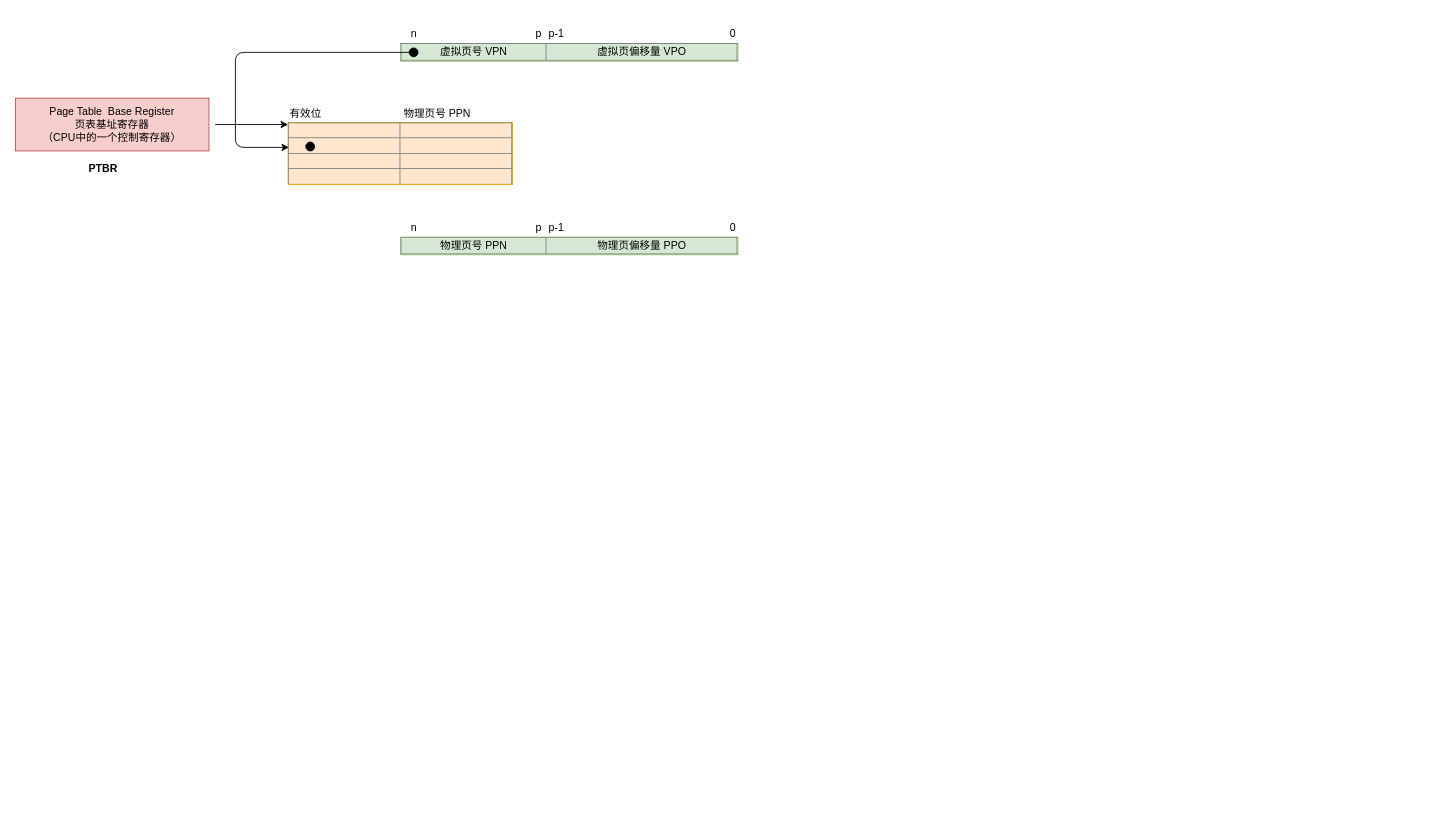
This is csapp/chapter9/图9-12 使用页表的地址翻译.drawio from ranchunmao/drawio, a draw.io file, before an edit. Source tidied: cells renumbered, new cells numbered last; positions are measured from the earlier drawing's top-left corner, leaving out a move shared by most shapes. Both pictures are drawn from the tidied source at 88%, with x=0, y=0 at pixel (15, 25).
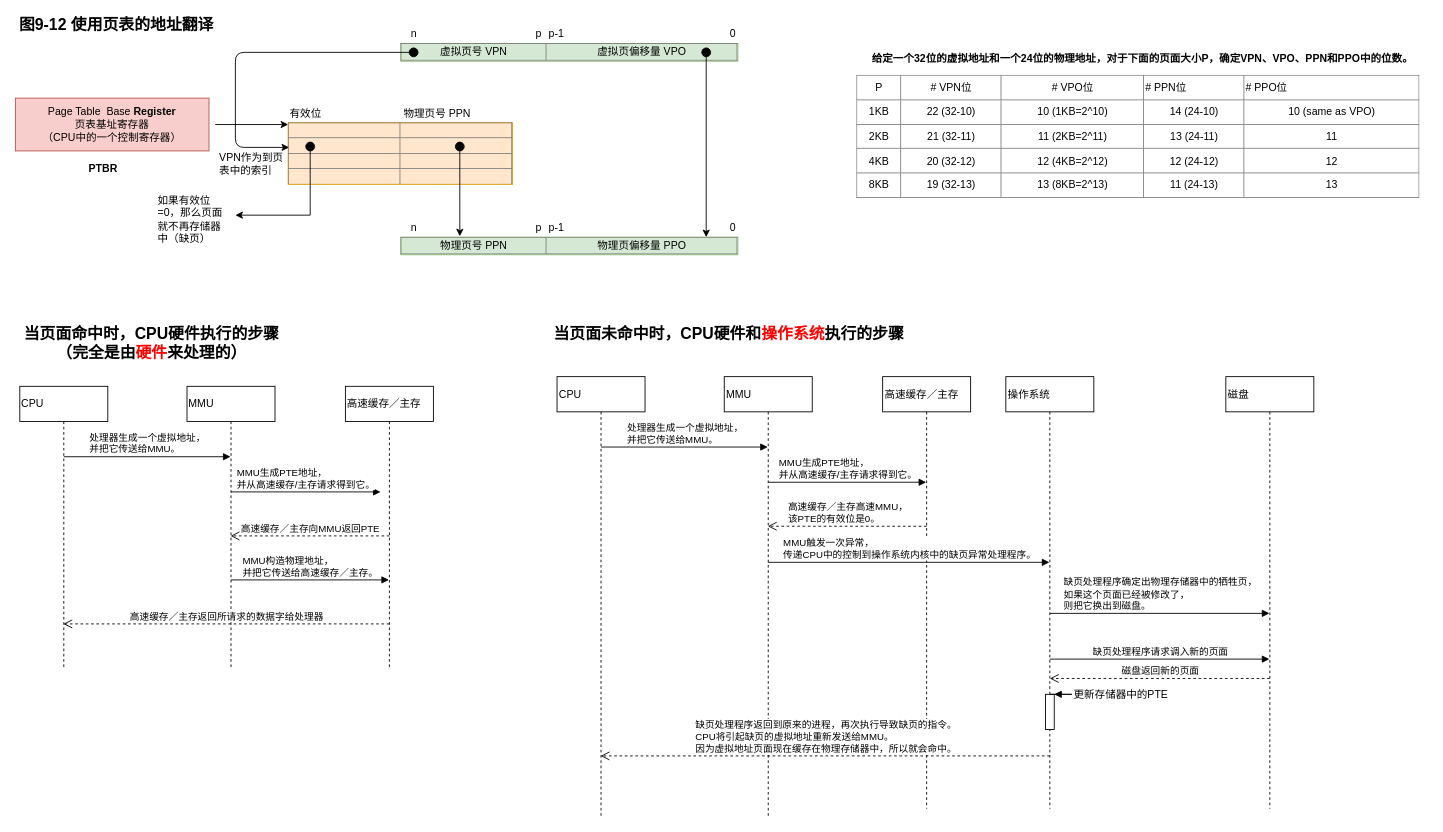
Above is the later version.

Commit message:
Update 图9-12 使用页表的地址翻译.drawio

Unchanged cells that the change refers to:
```xml
<mxCell id="9" value="&lt;table border=&quot;1&quot; width=&quot;100%&quot; style=&quot;width: 100% ; height: 100% ; border-collapse: collapse&quot;&gt;&lt;tbody&gt;&lt;tr&gt;&lt;td align=&quot;center&quot;&gt;物理页号 PPN&lt;/td&gt;&lt;td align=&quot;center&quot;&gt;物理页偏移量 PPO&lt;/td&gt;&lt;/tr&gt;&lt;/tbody&gt;&lt;/table&gt;" style="text;html=1;strokeColor=#82b366;fillColor=#d5e8d4;overflow=fill;" parent="1" vertex="1">
  <mxGeometry x="438" y="241" width="383" height="20" as="geometry" />
</mxCell>
<mxCell id="20" style="ellipse;whiteSpace=wrap;html=1;fillColor=#000000;" parent="1" vertex="1">
  <mxGeometry x="330" y="133" width="10" height="10" as="geometry" />
</mxCell>
```

What changed in the source:
```diff
@@
-    <mxCell id="3" value="Page Table &amp;nbsp;Base Register&lt;br&gt;页表基址寄存器&lt;br&gt;（CPU中的一个控制寄存器）&lt;br&gt;" style="rounded=0;whiteSpace=wrap;html=1;fillColor=#f8cecc;strokeColor=#b85450;" parent="1" vertex="1">
+    <mxCell id="3" value="Page Table &amp;nbsp;Base &lt;b&gt;Register&lt;/b&gt;&lt;br&gt;页表基址寄存器&lt;br&gt;（CPU中的一个控制寄存器）&lt;br&gt;" style="rounded=0;whiteSpace=wrap;html=1;fillColor=#f8cecc;strokeColor=#b85450;" parent="1" vertex="1">
       <mxGeometry y="83" width="220" height="60" as="geometry" />
     </mxCell>
@@
+    <mxCell id="21" style="edgeStyle=orthogonalEdgeStyle;rounded=0;jettySize=auto;html=1;" parent="1" edge="1" source="20">
+      <mxGeometry relative="1" as="geometry">
+        <mxPoint x="250" y="216" as="targetPoint" />
+        <Array as="points">
+          <mxPoint x="335" y="216" />
+        </Array>
+      </mxGeometry>
+    </mxCell>
@@
+    <mxCell id="22" style="edgeStyle=orthogonalEdgeStyle;rounded=0;jettySize=auto;html=1;entryX=0.175;entryY=-0.05;entryDx=0;entryDy=0;entryPerimeter=0;" parent="1" edge="1" source="23" target="9">
+      <mxGeometry relative="1" as="geometry" />
+    </mxCell>
+    <mxCell id="23" style="ellipse;whiteSpace=wrap;html=1;fillColor=#000000;" parent="1" vertex="1">
+      <mxGeometry x="500" y="133" width="10" height="10" as="geometry" />
+    </mxCell>
+    <mxCell id="24" style="edgeStyle=orthogonalEdgeStyle;rounded=0;jettySize=auto;html=1;entryX=0.906;entryY=0;entryDx=0;entryDy=0;entryPerimeter=0;" parent="1" edge="1" source="25" target="9">
+      <mxGeometry relative="1" as="geometry" />
+    </mxCell>
+    <mxCell id="25" style="ellipse;whiteSpace=wrap;html=1;fillColor=#000000;" parent="1" vertex="1">
+      <mxGeometry x="780" y="26" width="10" height="10" as="geometry" />
+    </mxCell>
+    <mxCell id="26" value="VPN作为到页表中的索引" style="text;html=1;strokeColor=none;fillColor=none;align=left;verticalAlign=middle;whiteSpace=wrap;rounded=0;" parent="1" vertex="1">
+      <mxGeometry x="230" y="148" width="80" height="20" as="geometry" />
+    </mxCell>
+    <mxCell id="27" value="如果有效位=0，那么页面就不再存储器中（缺页）" style="text;html=1;strokeColor=none;fillColor=none;align=left;verticalAlign=middle;whiteSpace=wrap;rounded=0;" parent="1" vertex="1">
+      <mxGeometry x="160" y="211" width="80" height="20" as="geometry" />
+    </mxCell>
+    <mxCell id="28" value="CPU" style="shape=umlLifeline;perimeter=lifelinePerimeter;whiteSpace=wrap;html=1;outlineConnect=0;align=left;labelBackgroundColor=#ffffff;" parent="1" vertex="1">
+      <mxGeometry x="5" y="410.5" width="100" height="320" as="geometry" />
+    </mxCell>
+    <mxCell id="29" value="处理器生成一个虚拟地址，&lt;br&gt;&lt;div style=&quot;text-align: left&quot;&gt;并把它传送给MMU。&lt;/div&gt;" style="html=1;verticalAlign=bottom;endArrow=block;" parent="28" edge="1" target="30">
+      <mxGeometry relative="1" as="geometry">
+        <mxPoint x="50" y="80" as="sourcePoint" />
+      </mxGeometry>
+    </mxCell>
+    <mxCell id="30" value="MMU" style="shape=umlLifeline;perimeter=lifelinePerimeter;whiteSpace=wrap;html=1;outlineConnect=0;align=left;" parent="1" vertex="1">
+      <mxGeometry x="195" y="410.5" width="100" height="320" as="geometry" />
+    </mxCell>
+    <mxCell id="31" value="&lt;div style=&quot;text-align: left&quot;&gt;MMU生成PTE地址，&lt;/div&gt;&lt;div style=&quot;text-align: left&quot;&gt;并从高速缓存/主存请求得到它。&lt;/div&gt;" style="html=1;verticalAlign=bottom;endArrow=block;" parent="30" edge="1">
+      <mxGeometry relative="1" as="geometry">
+        <mxPoint x="50" y="120" as="sourcePoint" />
+        <mxPoint x="220" y="120" as="targetPoint" />
+      </mxGeometry>
+    </mxCell>
+    <mxCell id="32" value="高速缓存／主存" style="shape=umlLifeline;perimeter=lifelinePerimeter;whiteSpace=wrap;html=1;outlineConnect=0;align=left;" parent="1" vertex="1">
+      <mxGeometry x="375" y="410.5" width="100" height="320" as="geometry" />
+    </mxCell>
+    <mxCell id="33" value="高速缓存／主存向MMU返回PTE" style="html=1;verticalAlign=bottom;endArrow=open;dashed=1;endSize=8;" parent="1" edge="1" target="30">
+      <mxGeometry relative="1" as="geometry">
+        <mxPoint x="425" y="580.5" as="sourcePoint" />
+      </mxGeometry>
+    </mxCell>
+    <mxCell id="34" value="&lt;div style=&quot;text-align: left&quot;&gt;MMU构造物理地址，&lt;/div&gt;&lt;div style=&quot;text-align: left&quot;&gt;并把它传送给高速缓存／主存。&lt;/div&gt;" style="html=1;verticalAlign=bottom;endArrow=block;" parent="1" edge="1" target="32">
+      <mxGeometry relative="1" as="geometry">
+        <mxPoint x="245" y="630.5" as="sourcePoint" />
+      </mxGeometry>
+    </mxCell>
+    <mxCell id="35" value="高速缓存／主存返回所请求的数据字给处理器" style="html=1;verticalAlign=bottom;endArrow=open;dashed=1;endSize=8;" parent="1" edge="1" target="28">
+      <mxGeometry relative="1" as="geometry">
+        <mxPoint x="425" y="680.5" as="sourcePoint" />
+      </mxGeometry>
+    </mxCell>
+    <mxCell id="36" value="&lt;b&gt;&lt;font style=&quot;font-size: 18px&quot;&gt;图9-12 使用页表的地址翻译&lt;/font&gt;&lt;/b&gt;" style="text;html=1;strokeColor=none;fillColor=none;align=center;verticalAlign=middle;whiteSpace=wrap;rounded=0;" parent="1" vertex="1">
+      <mxGeometry y="-10" width="230" height="20" as="geometry" />
+    </mxCell>
+    <mxCell id="37" value="&lt;font size=&quot;4&quot;&gt;&lt;b&gt;当页面命中时，CPU硬件执行的步骤&lt;br&gt;（完全是由&lt;font color=&quot;#ff0000&quot;&gt;硬件&lt;/font&gt;来处理的）&lt;br&gt;&lt;/b&gt;&lt;/font&gt;" style="text;html=1;strokeColor=none;fillColor=none;align=center;verticalAlign=middle;whiteSpace=wrap;rounded=0;" parent="1" vertex="1">
+      <mxGeometry x="5" y="351.5" width="300" height="20" as="geometry" />
+    </mxCell>
+    <mxCell id="38" value="CPU" style="shape=umlLifeline;perimeter=lifelinePerimeter;whiteSpace=wrap;html=1;outlineConnect=0;align=left;labelBackgroundColor=#ffffff;" parent="1" vertex="1">
+      <mxGeometry x="615.5" y="399.5" width="100" height="501" as="geometry" />
+    </mxCell>
+    <mxCell id="39" value="处理器生成一个虚拟地址，&lt;br&gt;&lt;div style=&quot;text-align: left&quot;&gt;并把它传送给MMU。&lt;/div&gt;" style="html=1;verticalAlign=bottom;endArrow=block;" parent="38" edge="1" target="40">
+      <mxGeometry relative="1" as="geometry">
+        <mxPoint x="50" y="80" as="sourcePoint" />
+      </mxGeometry>
+    </mxCell>
+    <mxCell id="40" value="MMU" style="shape=umlLifeline;perimeter=lifelinePerimeter;whiteSpace=wrap;html=1;outlineConnect=0;align=left;" parent="1" vertex="1">
+      <mxGeometry x="805.5" y="399.5" width="100" height="501" as="geometry" />
+    </mxCell>
+    <mxCell id="41" value="&lt;div style=&quot;text-align: left&quot;&gt;MMU生成PTE地址，&lt;/div&gt;&lt;div style=&quot;text-align: left&quot;&gt;并从高速缓存/主存请求得到它。&lt;/div&gt;" style="html=1;verticalAlign=bottom;endArrow=block;" parent="40" edge="1" target="42">
+      <mxGeometry relative="1" as="geometry">
+        <mxPoint x="50" y="120" as="sourcePoint" />
+      </mxGeometry>
+    </mxCell>
+    <mxCell id="42" value="高速缓存／主存" style="shape=umlLifeline;perimeter=lifelinePerimeter;whiteSpace=wrap;html=1;outlineConnect=0;align=left;" parent="1" vertex="1">
+      <mxGeometry x="985.5" y="399.5" width="100" height="491" as="geometry" />
+    </mxCell>
+    <mxCell id="43" value="&lt;div style=&quot;text-align: left&quot;&gt;高速缓存／主存高速MMU，&lt;/div&gt;&lt;div style=&quot;text-align: left&quot;&gt;该PTE的有效位是0。&lt;/div&gt;" style="html=1;verticalAlign=bottom;endArrow=open;dashed=1;endSize=8;" parent="1" edge="1" target="40">
+      <mxGeometry relative="1" as="geometry">
+        <mxPoint x="1035.5" y="569.5" as="sourcePoint" />
+      </mxGeometry>
+    </mxCell>
+    <mxCell id="44" value="&lt;div style=&quot;text-align: left&quot;&gt;缺页处理程序返回到原来的进程，再次执行导致缺页的指令。&lt;/div&gt;&lt;div style=&quot;text-align: left&quot;&gt;CPU将引起缺页的虚拟地址重新发送给MMU。&lt;/div&gt;&lt;div style=&quot;text-align: left&quot;&gt;因为虚拟地址页面现在缓存在物理存储器中，所以就会命中。&lt;/div&gt;" style="html=1;verticalAlign=bottom;endArrow=open;dashed=1;endSize=8;" parent="1" edge="1" target="38">
+      <mxGeometry relative="1" as="geometry">
+        <mxPoint x="1175.5" y="830.5" as="sourcePoint" />
+      </mxGeometry>
+    </mxCell>
+    <mxCell id="45" value="&lt;font size=&quot;4&quot;&gt;&lt;b&gt;当页面未命中时，CPU硬件和&lt;font color=&quot;#ff0000&quot;&gt;操作系统&lt;/font&gt;执行的步骤&lt;/b&gt;&lt;/font&gt;" style="text;html=1;strokeColor=none;fillColor=none;align=center;verticalAlign=middle;whiteSpace=wrap;rounded=0;" parent="1" vertex="1">
+      <mxGeometry x="585.5" y="340.5" width="450" height="20" as="geometry" />
+    </mxCell>
+    <mxCell id="46" value="操作系统" style="shape=umlLifeline;perimeter=lifelinePerimeter;whiteSpace=wrap;html=1;outlineConnect=0;align=left;" parent="1" vertex="1">
+      <mxGeometry x="1125.5" y="399.5" width="100" height="491" as="geometry" />
+    </mxCell>
+    <mxCell id="47" style="html=1;points=[];perimeter=orthogonalPerimeter;labelBackgroundColor=#EA6B66;fontColor=#E6D0DE;align=left;" parent="46" vertex="1">
+      <mxGeometry x="45" y="361" width="10" height="40" as="geometry" />
+    </mxCell>
+    <mxCell id="48" style="edgeStyle=orthogonalEdgeStyle;html=1;align=left;spacingLeft=2;endArrow=block;rounded=0;entryX=1;entryY=0;fontColor=#E6D0DE;" parent="46" edge="1" target="47">
+      <mxGeometry relative="1" as="geometry">
+        <mxPoint x="50" y="361" as="sourcePoint" />
+        <Array as="points">
+          <mxPoint x="75" y="361" />
+        </Array>
+      </mxGeometry>
+    </mxCell>
+    <mxCell id="49" value="&lt;font color=&quot;#000000&quot;&gt;&lt;span&gt;更新存储器中的PTE&lt;/span&gt;&lt;/font&gt;" style="text;html=1;align=center;verticalAlign=middle;labelBackgroundColor=#ffffff;fontColor=#E6D0DE;" parent="48" vertex="1">
+      <mxGeometry x="-0.07" y="1" relative="1" as="geometry">
+        <mxPoint x="59" y="1" as="offset" />
+      </mxGeometry>
+    </mxCell>
+    <mxCell id="50" value="&lt;div style=&quot;text-align: left&quot;&gt;MMU触发一次异常，&lt;/div&gt;&lt;div style=&quot;text-align: left&quot;&gt;传递CPU中的控制到操作系统内核中的缺页异常处理程序。&lt;/div&gt;" style="html=1;verticalAlign=bottom;endArrow=block;" parent="1" edge="1" target="46">
+      <mxGeometry relative="1" as="geometry">
+        <mxPoint x="855.5" y="610.5" as="sourcePoint" />
+      </mxGeometry>
+    </mxCell>
+    <mxCell id="51" value="磁盘" style="shape=umlLifeline;perimeter=lifelinePerimeter;whiteSpace=wrap;html=1;align=left;" parent="1" vertex="1">
+      <mxGeometry x="1375.5" y="399.5" width="100" height="491" as="geometry" />
+    </mxCell>
+    <mxCell id="52" value="&lt;div style=&quot;text-align: left&quot;&gt;缺页处理程序确定出物理存储器中的牺牲页，&lt;/div&gt;&lt;div style=&quot;text-align: left&quot;&gt;如果这个页面已经被修改了，&lt;/div&gt;&lt;div style=&quot;text-align: left&quot;&gt;则把它换出到磁盘。&lt;/div&gt;" style="html=1;verticalAlign=bottom;endArrow=block;" parent="1" edge="1">
+      <mxGeometry relative="1" as="geometry">
+        <mxPoint x="1175.5" y="668.5" as="sourcePoint" />
+        <mxPoint x="1425" y="668.5" as="targetPoint" />
+      </mxGeometry>
+    </mxCell>
+    <mxCell id="53" value="&lt;div style=&quot;text-align: left&quot;&gt;缺页处理程序请求调入新的页面&lt;/div&gt;" style="html=1;verticalAlign=bottom;endArrow=block;" parent="1" edge="1">
+      <mxGeometry relative="1" as="geometry">
+        <mxPoint x="1175.5" y="720.5" as="sourcePoint" />
+        <mxPoint x="1425" y="720.5" as="targetPoint" />
+      </mxGeometry>
+    </mxCell>
+    <mxCell id="54" value="磁盘返回新的页面" style="html=1;verticalAlign=bottom;endArrow=open;dashed=1;endSize=8;" parent="1" edge="1">
+      <mxGeometry relative="1" as="geometry">
+        <mxPoint x="1425.5" y="742.5" as="sourcePoint" />
+        <mxPoint x="1175.5" y="742.5" as="targetPoint" />
+      </mxGeometry>
+    </mxCell>
+    <mxCell id="55" value="&lt;b&gt;给定一个32位的虚拟地址和一个24位的物理地址，对于下面的页面大小P，确定VPN、VPO、PPN和PPO中的位数。&lt;/b&gt;" style="text;html=1;strokeColor=none;fillColor=none;align=center;verticalAlign=middle;whiteSpace=wrap;rounded=0;" parent="1" vertex="1">
+      <mxGeometry x="955.5" y="29" width="650" height="20" as="geometry" />
+    </mxCell>
+    <mxCell id="56" value="&lt;table border=&quot;1&quot; width=&quot;100%&quot; style=&quot;width: 100% ; height: 100% ; border-collapse: collapse&quot;&gt;&lt;tbody&gt;&lt;tr&gt;&lt;td align=&quot;center&quot;&gt;P&lt;/td&gt;&lt;td align=&quot;center&quot;&gt;# VPN位&lt;/td&gt;&lt;td align=&quot;center&quot;&gt;# VPO位&lt;/td&gt;&lt;td&gt;# PPN位&lt;/td&gt;&lt;td&gt;# PPO位&lt;/td&gt;&lt;/tr&gt;&lt;tr&gt;&lt;td align=&quot;center&quot;&gt;1KB&lt;/td&gt;&lt;td align=&quot;center&quot;&gt;22 (32-10)&lt;/td&gt;&lt;td align=&quot;center&quot;&gt;10 (1KB=2^10)&lt;/td&gt;&lt;td style=&quot;text-align: center&quot;&gt;14 (24-10)&lt;/td&gt;&lt;td style=&quot;text-align: center&quot;&gt;10 (same as VPO)&lt;br&gt;&lt;/td&gt;&lt;/tr&gt;&lt;tr&gt;&lt;td align=&quot;center&quot;&gt;2KB&lt;br&gt;&lt;/td&gt;&lt;td align=&quot;center&quot;&gt;21 (32-11)&lt;/td&gt;&lt;td align=&quot;center&quot;&gt;11 (2KB=2^11)&lt;/td&gt;&lt;td style=&quot;text-align: center&quot;&gt;13 (24-11)&lt;/td&gt;&lt;td style=&quot;text-align: center&quot;&gt;11&lt;/td&gt;&lt;/tr&gt;&lt;tr&gt;&lt;td style=&quot;text-align: center&quot;&gt;4KB&lt;/td&gt;&lt;td style=&quot;text-align: center&quot;&gt;20 (32-12)&lt;/td&gt;&lt;td style=&quot;text-align: center&quot;&gt;12 (4KB=2^12)&lt;/td&gt;&lt;td style=&quot;text-align: center&quot;&gt;12 (24-12)&lt;/td&gt;&lt;td style=&quot;text-align: center&quot;&gt;12&lt;/td&gt;&lt;/tr&gt;&lt;tr&gt;&lt;td style=&quot;text-align: center&quot;&gt;8KB&lt;/td&gt;&lt;td style=&quot;text-align: center&quot;&gt;19 (32-13)&lt;/td&gt;&lt;td style=&quot;text-align: center&quot;&gt;13 (8KB=2^13)&lt;/td&gt;&lt;td style=&quot;text-align: center&quot;&gt;11 (24-13)&lt;/td&gt;&lt;td style=&quot;text-align: center&quot;&gt;13&lt;/td&gt;&lt;/tr&gt;&lt;/tbody&gt;&lt;/table&gt;" style="text;html=1;strokeColor=none;fillColor=none;overflow=fill;labelBackgroundColor=#FFFFFF;fontColor=#000000;align=left;" parent="1" vertex="1">
+      <mxGeometry x="955.5" y="57" width="640" height="140" as="geometry" />
+    </mxCell>
```
